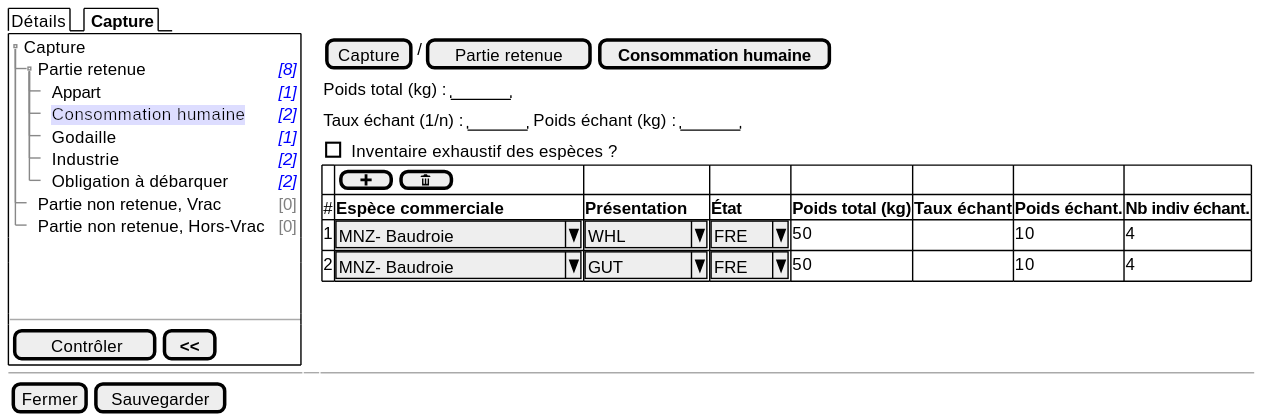
sumaris-net/sumaris-doc keeps this PlantUML diagram as projects/obsmer/spe/images/batch/batch-tree-PR-HCN.svg. Above is the earlier version.
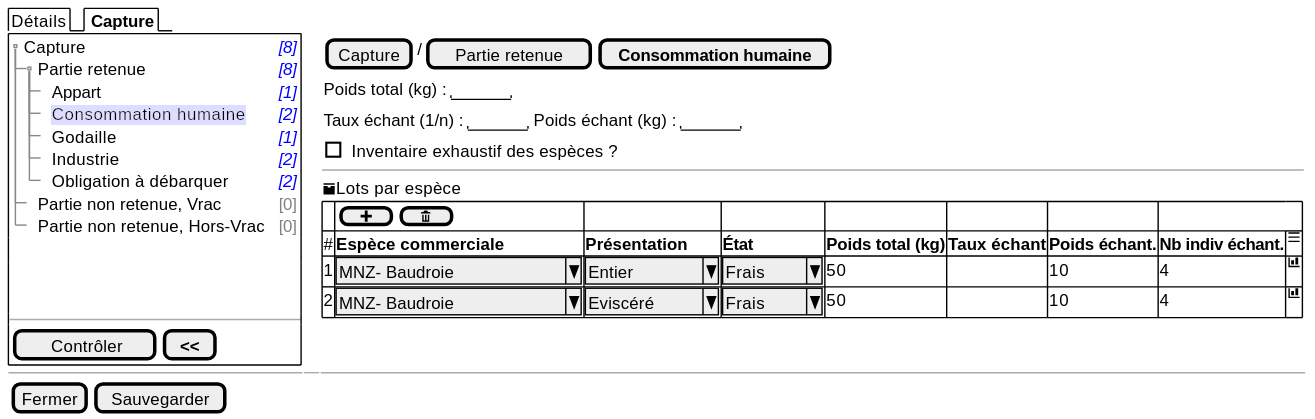
The same file after the commit.

Diff of the diagram source:
```diff
@@ -3,7 +3,7 @@
   {/ Détails | <b> Capture }
   {+
    {T
-       + Capture    | .
+       + Capture    | <i><color:blue>[8]
        ++ Partie retenue       | <i><color:blue>[8]
        +++ Appart | <i><color:blue>[1]
        +++ <back:#DDF>Consommation humaine | <i><color:blue>[2]
@@ -28,12 +28,13 @@
     {Taux échant (1/n) : | "     " | Poids échant (kg) : | "     " }
 
     { [ ] Inventaire exhaustif des espèces ? }
-
+    ---
+    <&box>Lots par espèce
     {#
           . | {[ <&plus> ] | [ <&trash> ] }  | . | . | . | . | .
-          # | <b>Espèce commerciale  | <b>Présentation | <b>État | <b>Poids total (kg)     |  <b>Taux échant  | <b>Poids échant. | <b>Nb indiv échant.
-          1 | ^MNZ- Baudroie       ^ | ^     WHL ^ | ^ FRE ^ | 50   |  .   |   10          | 4
-          2 | ^MNZ- Baudroie       ^ | ^     GUT ^ | ^ FRE ^ | 50   |  .   |   10          | 4
+          # | <b>Espèce commerciale  | <b>Présentation | <b>État | <b>Poids total (kg)     |  <b>Taux échant  | <b>Poids échant. | <b>Nb indiv échant. | <&menu>
+          1 | ^MNZ- Baudroie       ^ | ^ Entier   ^ | ^ Frais ^ | 50   |  .   |   10          | 4 | <&bar-chart>
+          2 | ^MNZ- Baudroie       ^ | ^ Eviscéré ^ | ^ Frais ^ | 50   |  .   |   10          | 4 | <&bar-chart>
         }
   }
 
```
